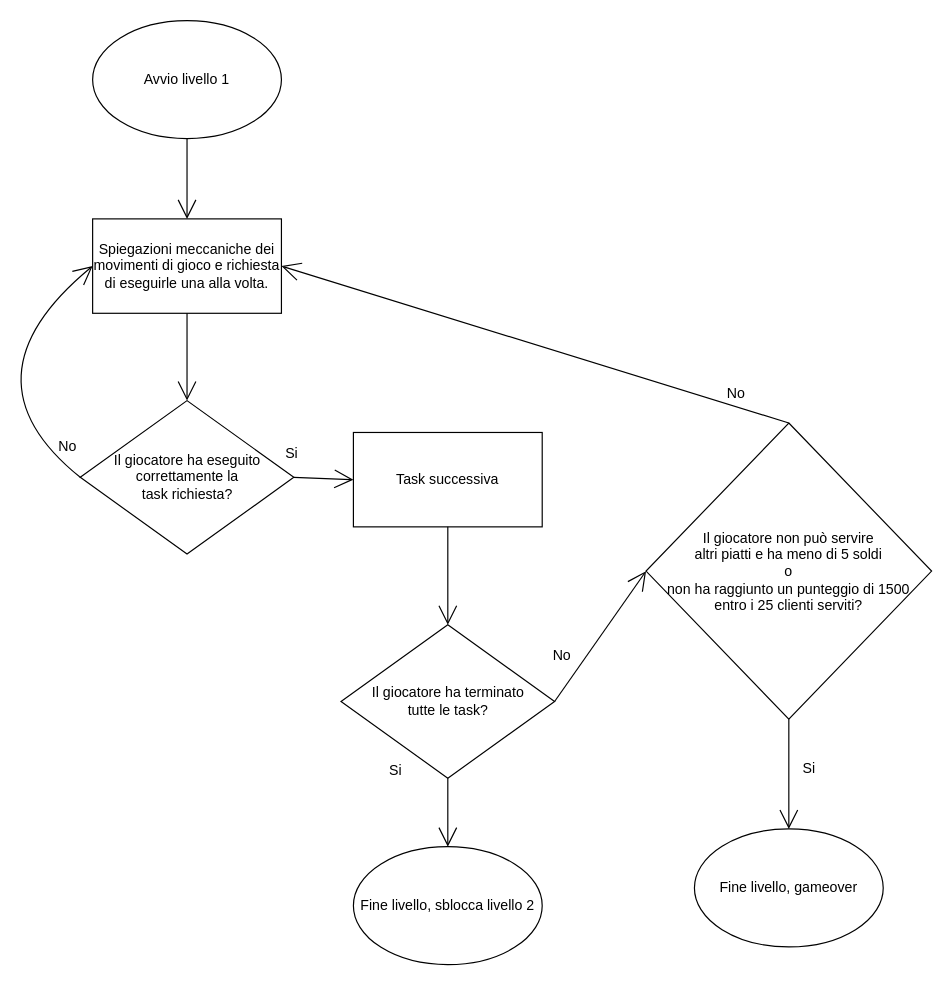
This is doc/Progetti Drawio/FlowChart/FlowchartLivello1.drawio from zSavT/Healthy-Catering, a draw.io file, before an edit. Source tidied: cells renumbered, new cells numbered last; positions are measured from the earlier drawing's top-left corner, leaving out a move shared by most shapes. Both pictures are drawn from the tidied source at 118%, with x=0, y=0 at pixel (-44, 20).
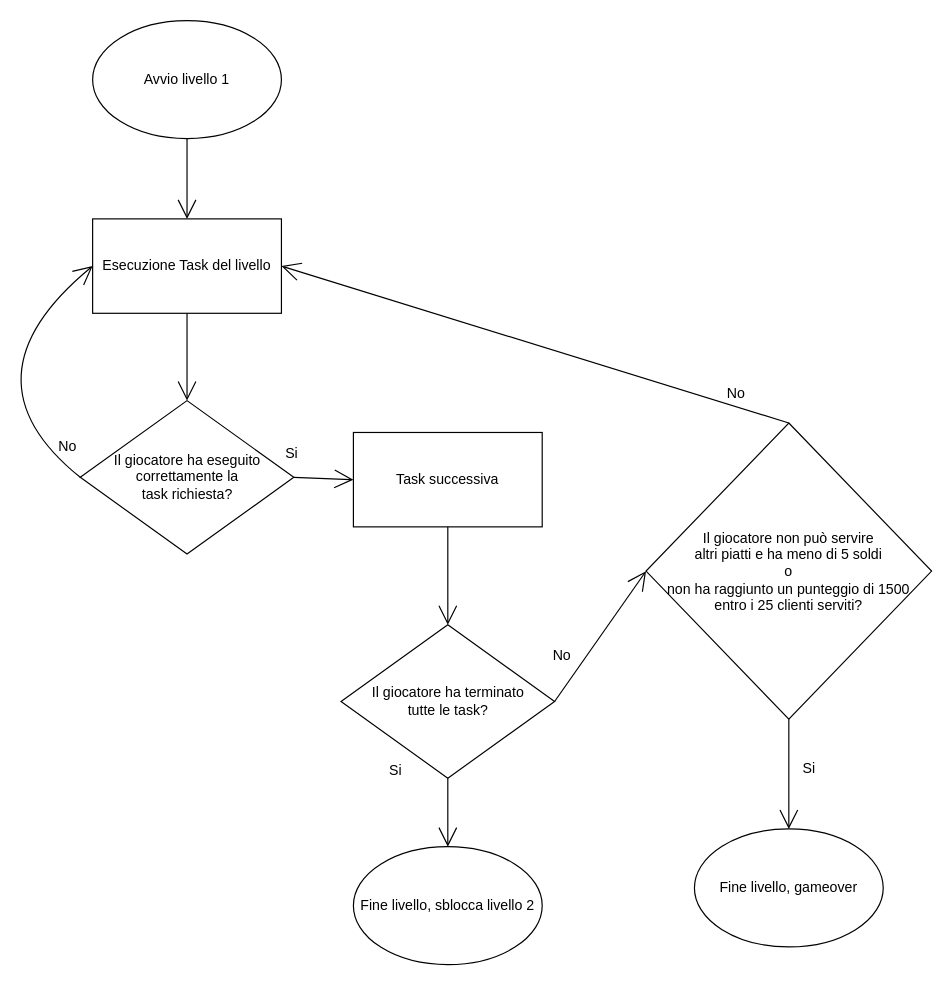
The same diagram, later.

Diff of the diagram source:
```diff
@@
-    <mxCell id="5" value="Spiegazioni meccaniche dei movimenti di gioco e richiesta di eseguirle una alla volta." style="rounded=0;whiteSpace=wrap;html=1;hachureGap=4;fontSize=12;" parent="1" vertex="1">
+    <mxCell id="5" value="Esecuzione Task del livello" style="rounded=0;whiteSpace=wrap;html=1;hachureGap=4;fontSize=12;" parent="1" vertex="1">
       <mxGeometry x="115" y="168" width="160" height="80" as="geometry" />
     </mxCell>
```
